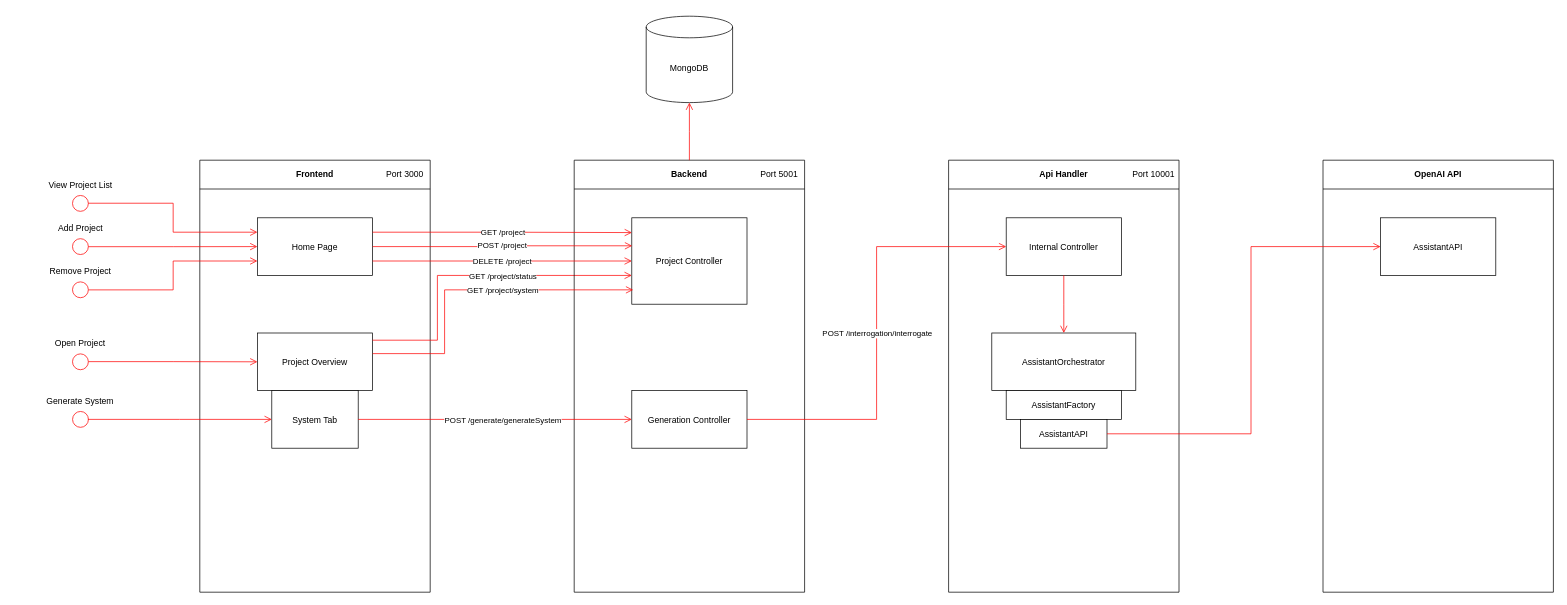
Earlier version of the draw.io diagram ArchiGPT/doc/ArchiGPT.drawio (giovdellap/ArchiGPT). Source tidied: cells renumbered, new cells numbered last; positions are measured from the earlier drawing's top-left corner, leaving out a move shared by most shapes. Both pictures are drawn from the tidied source at 72%, with x=0, y=0 at pixel (43, 16).
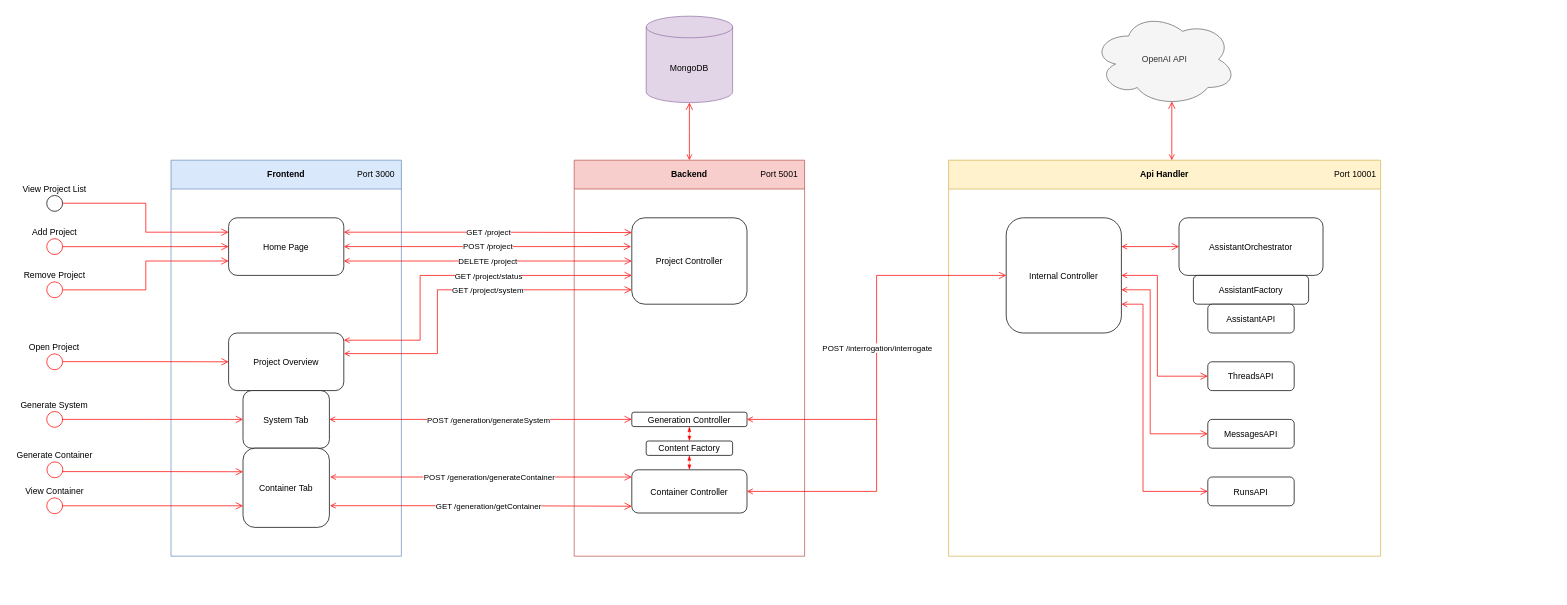
The same diagram, later.

Change to the diagram source:
```diff
@@
-    <mxCell id="2" value="Frontend" style="swimlane;whiteSpace=wrap;startSize=40;" parent="1" vertex="1">
-      <mxGeometry x="217" y="200" width="320" height="600" as="geometry" />
+    <mxCell id="2" value="Frontend" style="swimlane;whiteSpace=wrap;startSize=40;fillColor=#dae8fc;strokeColor=#6c8ebf;" parent="1" vertex="1">
+      <mxGeometry x="177" y="200" width="320" height="550" as="geometry" />
     </mxCell>
-    <mxCell id="3" value="Home Page" parent="2" vertex="1">
+    <mxCell id="3" value="Home Page" style="rounded=1;" parent="2" vertex="1">
       <mxGeometry x="80" y="80" width="160" height="80" as="geometry" />
     </mxCell>
-    <mxCell id="4" value="Project Overview" parent="2" vertex="1">
+    <mxCell id="4" value="Project Overview" style="rounded=1;" parent="2" vertex="1">
       <mxGeometry x="80" y="240" width="160" height="80" as="geometry" />
     </mxCell>
@@
-    <mxCell id="6" style="edgeStyle=elbowEdgeStyle;elbow=horizontal;verticalAlign=bottom;endArrow=open;endSize=8;strokeColor=#FF0000;endFill=1;rounded=0;entryX=0;entryY=0.667;entryDx=0;entryDy=0;entryPerimeter=0;" parent="2" edge="1" target="20">
+    <mxCell id="6" style="edgeStyle=elbowEdgeStyle;elbow=horizontal;verticalAlign=bottom;endArrow=open;endSize=8;strokeColor=#FF0000;endFill=1;rounded=0;entryX=0;entryY=0.667;entryDx=0;entryDy=0;entryPerimeter=0;startArrow=open;startFill=0;" parent="2" edge="1" target="20">
       <mxGeometry x="1420" y="40" as="geometry">
         <mxPoint x="240" y="250" as="sourcePoint" />
         <Array as="points">
-          <mxPoint x="330" y="210" />
+          <mxPoint x="346" y="210" />
         </Array>
       </mxGeometry>
     </mxCell>
@@
-    <mxCell id="8" value="System Tab" parent="2" vertex="1">
+    <mxCell id="8" value="System Tab" style="rounded=1;" parent="2" vertex="1">
       <mxGeometry x="100" y="320" width="120" height="80" as="geometry" />
     </mxCell>
+    <mxCell id="52" value="Container Tab" style="rounded=1;" parent="2" vertex="1">
+      <mxGeometry x="100" y="400" width="120" height="110" as="geometry" />
+    </mxCell>
+    <mxCell id="53" style="ellipse;shape=startState;fillColor=#FFFFFF;strokeColor=#ff0000;" parent="2" vertex="1">
+      <mxGeometry x="-176.3" y="415" width="30" height="30" as="geometry" />
+    </mxCell>
+    <mxCell id="54" style="edgeStyle=elbowEdgeStyle;elbow=horizontal;verticalAlign=bottom;endArrow=open;endSize=8;strokeColor=#FF0000;endFill=1;rounded=0;exitX=0.842;exitY=0.499;exitDx=0;exitDy=0;exitPerimeter=0;entryX=-0.003;entryY=0.297;entryDx=0;entryDy=0;entryPerimeter=0;" parent="2" edge="1">
+      <mxGeometry x="1460" y="40" as="geometry">
+        <mxPoint x="-151" y="432.5" as="sourcePoint" />
+        <mxPoint x="100" y="432.7" as="targetPoint" />
+      </mxGeometry>
+    </mxCell>
+    <mxCell id="55" style="edgeStyle=elbowEdgeStyle;elbow=horizontal;verticalAlign=bottom;endArrow=open;endSize=8;strokeColor=#FF0000;endFill=1;rounded=0;entryX=0;entryY=0.5;entryDx=0;entryDy=0;startArrow=open;startFill=0;exitX=1.007;exitY=0.726;exitDx=0;exitDy=0;exitPerimeter=0;" parent="2" edge="1" source="52">
+      <mxGeometry x="1460" y="40" as="geometry">
+        <mxPoint x="640" y="480.6" as="targetPoint" />
+      </mxGeometry>
+    </mxCell>
+    <mxCell id="56" value="GET /generation/getContainer" style="edgeLabel;html=1;align=center;verticalAlign=middle;" parent="55" vertex="1">
+      <mxGeometry relative="1" as="geometry">
+        <mxPoint x="10" as="offset" />
+      </mxGeometry>
+    </mxCell>
-    <mxCell id="9" value="MongoDB" style="shape=cylinder3;whiteSpace=wrap;html=1;boundedLbl=1;backgroundOutline=1;size=15;" parent="1" vertex="1">
+    <mxCell id="9" value="MongoDB" style="shape=cylinder3;whiteSpace=wrap;html=1;boundedLbl=1;backgroundOutline=1;size=15;fillColor=#e1d5e7;strokeColor=#9673a6;" parent="1" vertex="1">
       <mxGeometry x="837" width="120" height="120" as="geometry" />
     </mxCell>
     <mxCell id="10" style="ellipse;shape=startState;fillColor=#FFFFFF;strokeColor=#ff0000;" parent="1" vertex="1">
-      <mxGeometry x="36.2" y="305" width="30" height="30" as="geometry" />
+      <mxGeometry x="0.4" y="305" width="30" height="30" as="geometry" />
     </mxCell>
@@
     <mxCell id="12" value="Add Project" style="text;html=1;align=center;verticalAlign=middle;whiteSpace=wrap;rounded=0;" parent="1" vertex="1">
-      <mxGeometry x="18.8" y="280" width="65" height="30" as="geometry" />
+      <mxGeometry x="-17.1" y="290" width="65" height="20" as="geometry" />
     </mxCell>
     <mxCell id="13" style="ellipse;shape=startState;fillColor=#FFFFFF;strokeColor=#ff0000;" parent="1" vertex="1">
-      <mxGeometry x="36.2" y="365" width="30" height="30" as="geometry" />
+      <mxGeometry x="0.4" y="365" width="30" height="30" as="geometry" />
     </mxCell>
     <mxCell id="14" value="Remove Project" style="text;html=1;align=center;verticalAlign=middle;whiteSpace=wrap;rounded=0;" parent="1" vertex="1">
-      <mxGeometry x="5" y="340" width="92.5" height="30" as="geometry" />
+      <mxGeometry x="-30.9" y="350" width="92.5" height="20" as="geometry" />
     </mxCell>
-    <mxCell id="15" style="ellipse;shape=startState;fillColor=#FFFFFF;strokeColor=#ff0000;" parent="1" vertex="1">
-      <mxGeometry x="36.2" y="245" width="30" height="30" as="geometry" />
+    <mxCell id="15" style="ellipse;shape=startState;" parent="1" vertex="1">
+      <mxGeometry x="0.4" y="245" width="30" height="30" as="geometry" />
     </mxCell>
     <mxCell id="16" value="View Project List" style="text;html=1;align=center;verticalAlign=middle;whiteSpace=wrap;rounded=0;" parent="1" vertex="1">
-      <mxGeometry x="5" y="220" width="92.5" height="30" as="geometry" />
+      <mxGeometry x="-30.9" y="230" width="92.5" height="20" as="geometry" />
     </mxCell>
@@
-    <mxCell id="19" value="Backend" style="swimlane;whiteSpace=wrap;startSize=40;" parent="1" vertex="1">
-      <mxGeometry x="737" y="200" width="320" height="600" as="geometry" />
+    <mxCell id="19" value="Backend" style="swimlane;whiteSpace=wrap;startSize=40;rounded=0;shadow=0;glass=0;fillColor=#f8cecc;strokeColor=#b85450;" parent="1" vertex="1">
+      <mxGeometry x="737" y="200" width="320" height="550" as="geometry" />
     </mxCell>
-    <mxCell id="20" value="Project Controller" parent="19" vertex="1">
+    <mxCell id="20" value="Project Controller" style="rounded=1;" parent="19" vertex="1">
       <mxGeometry x="80" y="80" width="160" height="120" as="geometry" />
     </mxCell>
-    <mxCell id="21" value="Generation Controller" parent="19" vertex="1">
-      <mxGeometry x="80" y="320" width="160" height="80" as="geometry" />
+    <mxCell id="21" value="Generation Controller" style="rounded=1;" parent="19" vertex="1">
+      <mxGeometry x="80" y="350" width="160" height="20" as="geometry" />
     </mxCell>
@@
+    <mxCell id="57" value="Container Controller" style="rounded=1;" parent="19" vertex="1">
+      <mxGeometry x="80" y="430" width="160" height="60" as="geometry" />
+    </mxCell>
+    <mxCell id="58" value="Content Factory" style="rounded=1;" parent="19" vertex="1">
+      <mxGeometry x="100" y="390" width="120" height="20" as="geometry" />
+    </mxCell>
+    <mxCell id="59" style="edgeStyle=elbowEdgeStyle;elbow=horizontal;verticalAlign=bottom;endArrow=blockThin;endSize=6;strokeColor=#FF0000;endFill=1;rounded=0;entryX=0.5;entryY=0;entryDx=0;entryDy=0;exitX=0.5;exitY=1;exitDx=0;exitDy=0;startArrow=blockThin;startFill=1;jumpSize=0;strokeWidth=0.5;" parent="19" edge="1" source="21" target="58">
+      <mxGeometry x="-260" y="-80" as="geometry" />
+    </mxCell>
+    <mxCell id="60" style="edgeStyle=elbowEdgeStyle;elbow=horizontal;verticalAlign=bottom;endArrow=blockThin;endSize=6;strokeColor=#FF0000;endFill=1;rounded=0;entryX=0.5;entryY=0;entryDx=0;entryDy=0;exitX=0.5;exitY=1;exitDx=0;exitDy=0;startArrow=blockThin;startFill=1;jumpSize=0;strokeWidth=0.5;" parent="19" edge="1">
+      <mxGeometry x="-900" y="-200" as="geometry">
+        <mxPoint x="159.9" y="410" as="sourcePoint" />
+        <mxPoint x="159.9" y="430" as="targetPoint" />
+      </mxGeometry>
+    </mxCell>
-    <mxCell id="23" style="edgeStyle=elbowEdgeStyle;elbow=horizontal;verticalAlign=bottom;endArrow=open;endSize=8;strokeColor=#FF0000;endFill=1;rounded=0;exitX=1;exitY=0.25;exitDx=0;exitDy=0;entryX=0.001;entryY=0.171;entryDx=0;entryDy=0;entryPerimeter=0;" parent="1" edge="1" source="3" target="20">
+    <mxCell id="23" style="edgeStyle=elbowEdgeStyle;elbow=horizontal;verticalAlign=bottom;endArrow=open;endSize=8;strokeColor=#FF0000;endFill=0;rounded=0;exitX=1;exitY=0.25;exitDx=0;exitDy=0;entryX=0.001;entryY=0.171;entryDx=0;entryDy=0;entryPerimeter=0;startArrow=open;startFill=0;" parent="1" edge="1" source="3" target="20">
       <mxGeometry x="1540" y="160" as="geometry" />
     </mxCell>
@@
-    <mxCell id="25" style="edgeStyle=elbowEdgeStyle;elbow=horizontal;verticalAlign=bottom;endArrow=open;endSize=8;strokeColor=#FF0000;endFill=1;rounded=0;exitX=1;exitY=0.5;exitDx=0;exitDy=0;entryX=0.003;entryY=0.324;entryDx=0;entryDy=0;entryPerimeter=0;" parent="1" edge="1" source="3" target="20">
+    <mxCell id="25" style="edgeStyle=elbowEdgeStyle;elbow=horizontal;verticalAlign=bottom;endArrow=open;endSize=8;strokeColor=#FF0000;endFill=1;rounded=0;exitX=1;exitY=0.5;exitDx=0;exitDy=0;startArrow=open;startFill=0;entryX=-0.006;entryY=0.333;entryDx=0;entryDy=0;entryPerimeter=0;" parent="1" edge="1" source="3" target="20">
       <mxGeometry x="1540" y="160" as="geometry" />
     </mxCell>
@@
-    <mxCell id="27" style="edgeStyle=elbowEdgeStyle;elbow=horizontal;verticalAlign=bottom;endArrow=open;endSize=8;strokeColor=#FF0000;endFill=1;rounded=0;exitX=1;exitY=0.75;exitDx=0;exitDy=0;entryX=0;entryY=0.5;entryDx=0;entryDy=0;" parent="1" edge="1" source="3" target="20">
+    <mxCell id="27" style="edgeStyle=elbowEdgeStyle;elbow=horizontal;verticalAlign=bottom;endArrow=open;endSize=8;strokeColor=#FF0000;endFill=1;rounded=0;exitX=1;exitY=0.75;exitDx=0;exitDy=0;entryX=0;entryY=0.5;entryDx=0;entryDy=0;startArrow=open;startFill=0;" parent="1" edge="1" source="3" target="20">
       <mxGeometry x="1540" y="160" as="geometry" />
     </mxCell>
@@
-    <mxCell id="29" style="edgeStyle=elbowEdgeStyle;elbow=horizontal;verticalAlign=bottom;endArrow=open;endSize=8;strokeColor=#FF0000;endFill=1;rounded=0;entryX=0.5;entryY=1;entryDx=0;entryDy=0;entryPerimeter=0;exitX=0.5;exitY=0;exitDx=0;exitDy=0;" parent="1" edge="1" source="19" target="9">
+    <mxCell id="29" style="edgeStyle=elbowEdgeStyle;elbow=horizontal;verticalAlign=bottom;endArrow=open;endSize=8;strokeColor=#FF0000;endFill=1;rounded=0;entryX=0.5;entryY=1;entryDx=0;entryDy=0;entryPerimeter=0;exitX=0.5;exitY=0;exitDx=0;exitDy=0;startArrow=open;startFill=0;" parent="1" edge="1" source="19" target="9">
       <mxGeometry x="1540" y="160" as="geometry" />
     </mxCell>
     <mxCell id="30" style="ellipse;shape=startState;fillColor=#FFFFFF;strokeColor=#ff0000;" parent="1" vertex="1">
-      <mxGeometry x="36.2" y="465" width="30" height="30" as="geometry" />
+      <mxGeometry x="0.4" y="465" width="30" height="30" as="geometry" />
     </mxCell>
@@
     <mxCell id="32" value="Open Project" style="text;html=1;align=center;verticalAlign=middle;whiteSpace=wrap;rounded=0;" parent="1" vertex="1">
-      <mxGeometry x="12.1" y="440" width="78.2" height="30" as="geometry" />
+      <mxGeometry x="-23.8" y="450" width="78.2" height="20" as="geometry" />
     </mxCell>
-    <mxCell id="33" style="edgeStyle=elbowEdgeStyle;elbow=horizontal;verticalAlign=bottom;endArrow=open;endSize=8;strokeColor=#FF0000;endFill=1;rounded=0;entryX=0.012;entryY=0.834;entryDx=0;entryDy=0;entryPerimeter=0;exitX=1.001;exitY=0.358;exitDx=0;exitDy=0;exitPerimeter=0;" parent="1" edge="1" source="4" target="20">
+    <mxCell id="33" style="edgeStyle=elbowEdgeStyle;elbow=horizontal;verticalAlign=bottom;endArrow=open;endSize=8;strokeColor=#FF0000;endFill=0;rounded=0;exitX=1.001;exitY=0.358;exitDx=0;exitDy=0;exitPerimeter=0;startArrow=open;startFill=0;" parent="1" edge="1" source="4">
       <mxGeometry x="1420" y="40" as="geometry">
+        <mxPoint x="817" y="380" as="targetPoint" />
         <Array as="points">
-          <mxPoint x="557" y="420" />
+          <mxPoint x="547" y="430" />
         </Array>
       </mxGeometry>
     </mxCell>
@@
     <mxCell id="35" style="ellipse;shape=startState;fillColor=#FFFFFF;strokeColor=#ff0000;" parent="1" vertex="1">
-      <mxGeometry x="36.3" y="545" width="30" height="30" as="geometry" />
+      <mxGeometry x="0.4" y="545" width="30" height="30" as="geometry" />
     </mxCell>
@@
     <mxCell id="37" value="Generate System" style="text;html=1;align=center;verticalAlign=middle;whiteSpace=wrap;rounded=0;" parent="1" vertex="1">
-      <mxGeometry x="0.3" y="520" width="102" height="30" as="geometry" />
+      <mxGeometry x="-35.6" y="530" width="102" height="20" as="geometry" />
     </mxCell>
-    <mxCell id="38" style="edgeStyle=elbowEdgeStyle;elbow=horizontal;verticalAlign=bottom;endArrow=open;endSize=8;strokeColor=#FF0000;endFill=1;rounded=0;entryX=0;entryY=0.5;entryDx=0;entryDy=0;exitX=1;exitY=0.5;exitDx=0;exitDy=0;" parent="1" edge="1" source="8" target="21">
-      <mxGeometry x="1540" y="160" as="geometry" />
-    </mxCell>
-    <mxCell id="39" value="POST /generate/generateSystem" style="edgeLabel;html=1;align=center;verticalAlign=middle;" parent="38" vertex="1">
-      <mxGeometry relative="1" as="geometry">
-        <mxPoint x="10" as="offset" />
-      </mxGeometry>
-    </mxCell>
-    <mxCell id="40" value="Api Handler" style="swimlane;whiteSpace=wrap;startSize=40;" parent="1" vertex="1">
-      <mxGeometry x="1257" y="200" width="320" height="600" as="geometry" />
+    <mxCell id="40" value="Api Handler" style="swimlane;whiteSpace=wrap;startSize=40;fillColor=#fff2cc;strokeColor=#d6b656;" parent="1" vertex="1">
+      <mxGeometry x="1257" y="200" width="600" height="550" as="geometry" />
     </mxCell>
-    <mxCell id="41" value="Internal Controller" parent="40" vertex="1">
-      <mxGeometry x="80" y="80" width="160" height="80" as="geometry" />
+    <mxCell id="41" value="Internal Controller" style="rounded=1;" parent="40" vertex="1">
+      <mxGeometry x="80" y="80" width="160" height="160" as="geometry" />
     </mxCell>
-    <mxCell id="42" value="AssistantOrchestrator" parent="40" vertex="1">
-      <mxGeometry x="60" y="240" width="200" height="80" as="geometry" />
+    <mxCell id="42" value="AssistantOrchestrator" style="rounded=1;" parent="40" vertex="1">
+      <mxGeometry x="320" y="80" width="200" height="80" as="geometry" />
     </mxCell>
     <mxCell id="43" value="Port 10001" style="text;html=1;align=center;verticalAlign=middle;whiteSpace=wrap;rounded=0;" parent="40" vertex="1">
-      <mxGeometry x="250" width="70" height="40" as="geometry" />
+      <mxGeometry x="530" width="70" height="40" as="geometry" />
     </mxCell>
-    <mxCell id="44" value="AssistantFactory" parent="40" vertex="1">
-      <mxGeometry x="80" y="320" width="160" height="40" as="geometry" />
+    <mxCell id="44" value="AssistantFactory" style="rounded=1;" parent="40" vertex="1">
+      <mxGeometry x="340" y="160" width="160" height="40" as="geometry" />
     </mxCell>
-    <mxCell id="45" value="AssistantAPI" parent="40" vertex="1">
-      <mxGeometry x="100" y="360" width="120" height="40" as="geometry" />
+    <mxCell id="45" value="AssistantAPI" style="rounded=1;" parent="40" vertex="1">
+      <mxGeometry x="360" y="200" width="120" height="40" as="geometry" />
     </mxCell>
-    <mxCell id="46" style="edgeStyle=elbowEdgeStyle;elbow=horizontal;verticalAlign=bottom;endArrow=open;endSize=8;strokeColor=#FF0000;endFill=1;rounded=0;entryX=0.5;entryY=0;entryDx=0;entryDy=0;exitX=0.5;exitY=1;exitDx=0;exitDy=0;" parent="40" edge="1" source="41" target="42">
+    <mxCell id="46" style="edgeStyle=elbowEdgeStyle;elbow=horizontal;verticalAlign=bottom;endArrow=open;endSize=8;strokeColor=#FF0000;endFill=1;rounded=0;entryX=0;entryY=0.5;entryDx=0;entryDy=0;exitX=1;exitY=0.25;exitDx=0;exitDy=0;startArrow=open;startFill=0;" parent="40" edge="1" source="41" target="42">
       <mxGeometry x="380" y="40" as="geometry" />
     </mxCell>
+    <mxCell id="61" value="ThreadsAPI" style="rounded=1;" parent="40" vertex="1">
+      <mxGeometry x="360" y="280" width="120" height="40" as="geometry" />
+    </mxCell>
+    <mxCell id="62" style="edgeStyle=elbowEdgeStyle;elbow=horizontal;verticalAlign=bottom;endArrow=open;endSize=8;strokeColor=#FF0000;endFill=1;rounded=0;entryX=0;entryY=0.5;entryDx=0;entryDy=0;exitX=1;exitY=0.5;exitDx=0;exitDy=0;startArrow=open;startFill=0;" parent="40" edge="1" source="41" target="61">
+      <mxGeometry x="-780" y="-80" as="geometry">
+        <Array as="points">
+          <mxPoint x="290" y="230" />
+        </Array>
+      </mxGeometry>
+    </mxCell>
+    <mxCell id="63" value="MessagesAPI" style="rounded=1;" parent="40" vertex="1">
+      <mxGeometry x="360" y="360" width="120" height="40" as="geometry" />
+    </mxCell>
+    <mxCell id="64" style="edgeStyle=elbowEdgeStyle;elbow=horizontal;verticalAlign=bottom;endArrow=open;endSize=8;strokeColor=#FF0000;endFill=1;rounded=0;entryX=0;entryY=0.5;entryDx=0;entryDy=0;startArrow=open;startFill=0;" parent="40" edge="1" target="63">
+      <mxGeometry x="-1940" y="-200" as="geometry">
+        <mxPoint x="240" y="180" as="sourcePoint" />
+        <Array as="points">
+          <mxPoint x="280" y="280" />
+        </Array>
+      </mxGeometry>
+    </mxCell>
+    <mxCell id="65" value="RunsAPI" style="rounded=1;" parent="40" vertex="1">
+      <mxGeometry x="360" y="440" width="120" height="40" as="geometry" />
+    </mxCell>
+    <mxCell id="66" style="edgeStyle=elbowEdgeStyle;elbow=horizontal;verticalAlign=bottom;endArrow=open;endSize=8;strokeColor=#FF0000;endFill=1;rounded=0;entryX=0;entryY=0.5;entryDx=0;entryDy=0;startArrow=open;startFill=0;exitX=1;exitY=0.75;exitDx=0;exitDy=0;" parent="40" edge="1" source="41" target="65">
+      <mxGeometry x="-3100" y="-320" as="geometry">
+        <Array as="points">
+          <mxPoint x="270" y="290" />
+        </Array>
+      </mxGeometry>
+    </mxCell>
-    <mxCell id="47" style="edgeStyle=elbowEdgeStyle;elbow=horizontal;verticalAlign=bottom;endArrow=open;endSize=8;strokeColor=#FF0000;endFill=1;rounded=0;entryX=0;entryY=0.5;entryDx=0;entryDy=0;exitX=1;exitY=0.5;exitDx=0;exitDy=0;" parent="1" edge="1" source="21" target="41">
+    <mxCell id="47" style="edgeStyle=elbowEdgeStyle;elbow=horizontal;verticalAlign=bottom;endArrow=open;endSize=8;strokeColor=#FF0000;endFill=1;rounded=0;entryX=0;entryY=0.5;entryDx=0;entryDy=0;exitX=1;exitY=0.5;exitDx=0;exitDy=0;startArrow=open;startFill=0;" parent="1" edge="1" source="21" target="41">
       <mxGeometry x="1540" y="160" as="geometry" />
     </mxCell>
@@
+    <mxCell id="51" style="edgeStyle=elbowEdgeStyle;elbow=horizontal;verticalAlign=bottom;endArrow=open;endSize=8;strokeColor=#FF0000;endFill=1;rounded=0;startArrow=open;startFill=0;entryX=0.55;entryY=0.95;entryDx=0;entryDy=0;entryPerimeter=0;" parent="1" edge="1" target="49">
+      <mxGeometry as="geometry">
+        <mxPoint x="1567" y="200" as="sourcePoint" />
+        <Array as="points">
+          <mxPoint x="1567" y="160" />
+        </Array>
+      </mxGeometry>
+    </mxCell>
-    <mxCell id="49" value="OpenAI API" style="swimlane;whiteSpace=wrap;startSize=40;" parent="1" vertex="1">
-      <mxGeometry x="1777" y="200" width="320" height="600" as="geometry" />
+    <mxCell id="49" value="OpenAI API" style="ellipse;shape=cloud;whiteSpace=wrap;html=1;fillColor=#f5f5f5;fontColor=#333333;strokeColor=#666666;" parent="1" vertex="1">
+      <mxGeometry x="1457" y="-5" width="200" height="130" as="geometry" />
     </mxCell>
-    <mxCell id="50" value="AssistantAPI" parent="49" vertex="1">
-      <mxGeometry x="80" y="80" width="160" height="80" as="geometry" />
-    </mxCell>
-    <mxCell id="51" style="edgeStyle=elbowEdgeStyle;elbow=horizontal;verticalAlign=bottom;endArrow=open;endSize=8;strokeColor=#FF0000;endFill=1;rounded=0;exitX=1;exitY=0.5;exitDx=0;exitDy=0;entryX=0;entryY=0.5;entryDx=0;entryDy=0;" parent="1" edge="1" source="45" target="50">
-      <mxGeometry as="geometry">
-        <Array as="points">
-          <mxPoint x="1677" y="450" />
-        </Array>
-      </mxGeometry>
-    </mxCell>
+    <mxCell id="67" value="Generate Container" style="text;html=1;align=center;verticalAlign=middle;whiteSpace=wrap;rounded=0;" parent="1" vertex="1">
+      <mxGeometry x="-43" y="600" width="116.7" height="20" as="geometry" />
+    </mxCell>
+    <mxCell id="38" style="edgeStyle=elbowEdgeStyle;elbow=vertical;verticalAlign=bottom;endArrow=open;endSize=8;strokeColor=#FF0000;endFill=1;rounded=0;startArrow=open;startFill=0;" parent="1" edge="1" source="8" target="21">
+      <mxGeometry x="1540" y="160" as="geometry">
+        <Array as="points">
+          <mxPoint x="397" y="560" />
+        </Array>
+      </mxGeometry>
+    </mxCell>
+    <mxCell id="39" value="POST /generation/generateSystem" style="edgeLabel;html=1;align=center;verticalAlign=middle;" parent="38" vertex="1">
+      <mxGeometry relative="1" as="geometry">
+        <mxPoint x="10" as="offset" />
+      </mxGeometry>
+    </mxCell>
+    <mxCell id="68" style="edgeStyle=elbowEdgeStyle;elbow=horizontal;verticalAlign=bottom;endArrow=none;endSize=8;strokeColor=#FF0000;endFill=0;rounded=0;exitX=1;exitY=0.5;exitDx=0;exitDy=0;startArrow=open;startFill=0;" parent="1" edge="1" source="57">
+      <mxGeometry x="1540" y="160" as="geometry">
+        <mxPoint x="1157" y="560" as="targetPoint" />
+        <Array as="points">
+          <mxPoint x="1157" y="600" />
+        </Array>
+      </mxGeometry>
+    </mxCell>
+    <mxCell id="69" style="ellipse;shape=startState;fillColor=#FFFFFF;strokeColor=#ff0000;" parent="1" vertex="1">
+      <mxGeometry x="0.4" y="665" width="30" height="30" as="geometry" />
+    </mxCell>
+    <mxCell id="70" style="edgeStyle=elbowEdgeStyle;elbow=horizontal;verticalAlign=bottom;endArrow=open;endSize=8;strokeColor=#FF0000;endFill=1;rounded=0;exitX=0.842;exitY=0.499;exitDx=0;exitDy=0;exitPerimeter=0;" parent="1" edge="1" source="69">
+      <mxGeometry x="1540" y="160" as="geometry">
+        <mxPoint x="277" y="680" as="targetPoint" />
+      </mxGeometry>
+    </mxCell>
+    <mxCell id="71" value="View Container" style="text;html=1;align=center;verticalAlign=middle;whiteSpace=wrap;rounded=0;" parent="1" vertex="1">
+      <mxGeometry x="-43" y="650" width="116.7" height="20" as="geometry" />
+    </mxCell>
+    <mxCell id="72" style="edgeStyle=elbowEdgeStyle;elbow=horizontal;verticalAlign=bottom;endArrow=open;endSize=8;strokeColor=#FF0000;endFill=1;rounded=0;startArrow=open;startFill=0;" parent="1" edge="1">
+      <mxGeometry x="1540" y="160" as="geometry">
+        <mxPoint x="398" y="640" as="sourcePoint" />
+        <mxPoint x="817" y="640" as="targetPoint" />
+      </mxGeometry>
+    </mxCell>
+    <mxCell id="73" value="POST /generation/generateContainer" style="edgeLabel;html=1;align=center;verticalAlign=middle;" parent="72" vertex="1">
+      <mxGeometry relative="1" as="geometry">
+        <mxPoint x="10" as="offset" />
+      </mxGeometry>
+    </mxCell>
```
